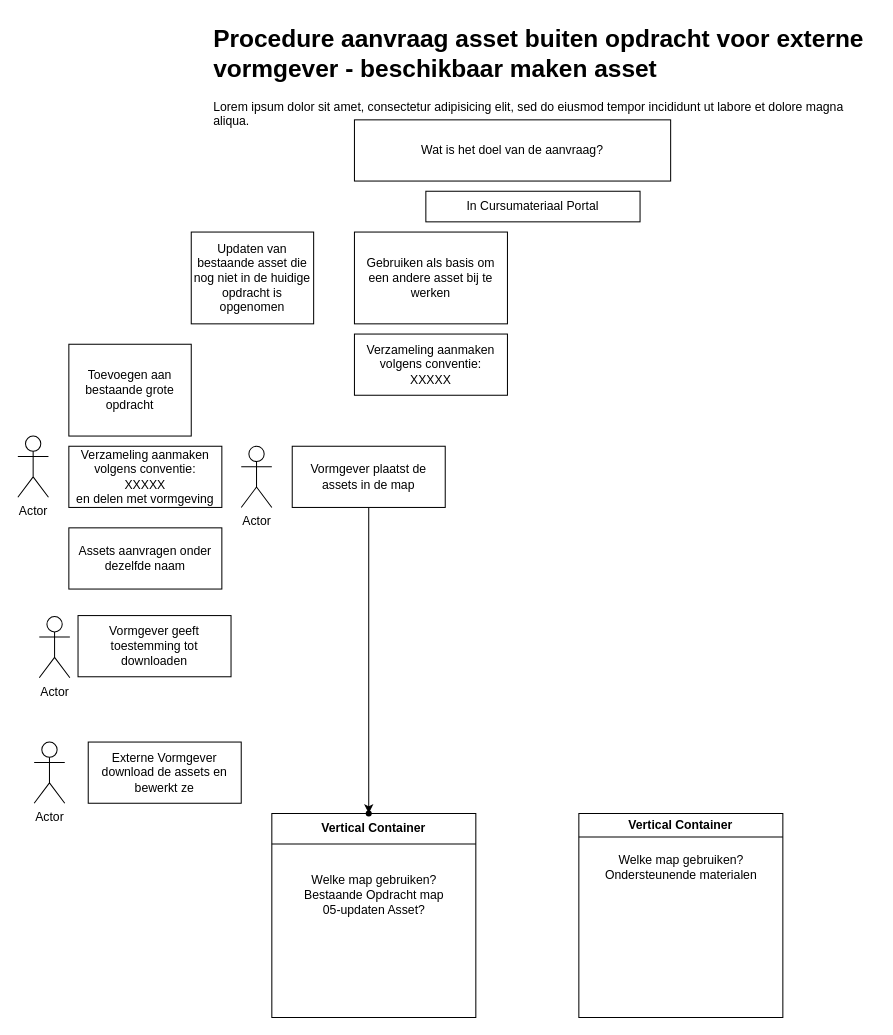
Before: page "Pagina-2" (2 of 2) of ProcessenAssets.drawio in MediaROVC/Berekening_Ohm, a draw.io diagram. Source tidied: cells renumbered, new cells numbered last; positions are measured from the earlier drawing's top-left corner, leaving out a move shared by most shapes. Both pictures are drawn from the tidied source at 102%, with x=0, y=0 at pixel (17, 17).
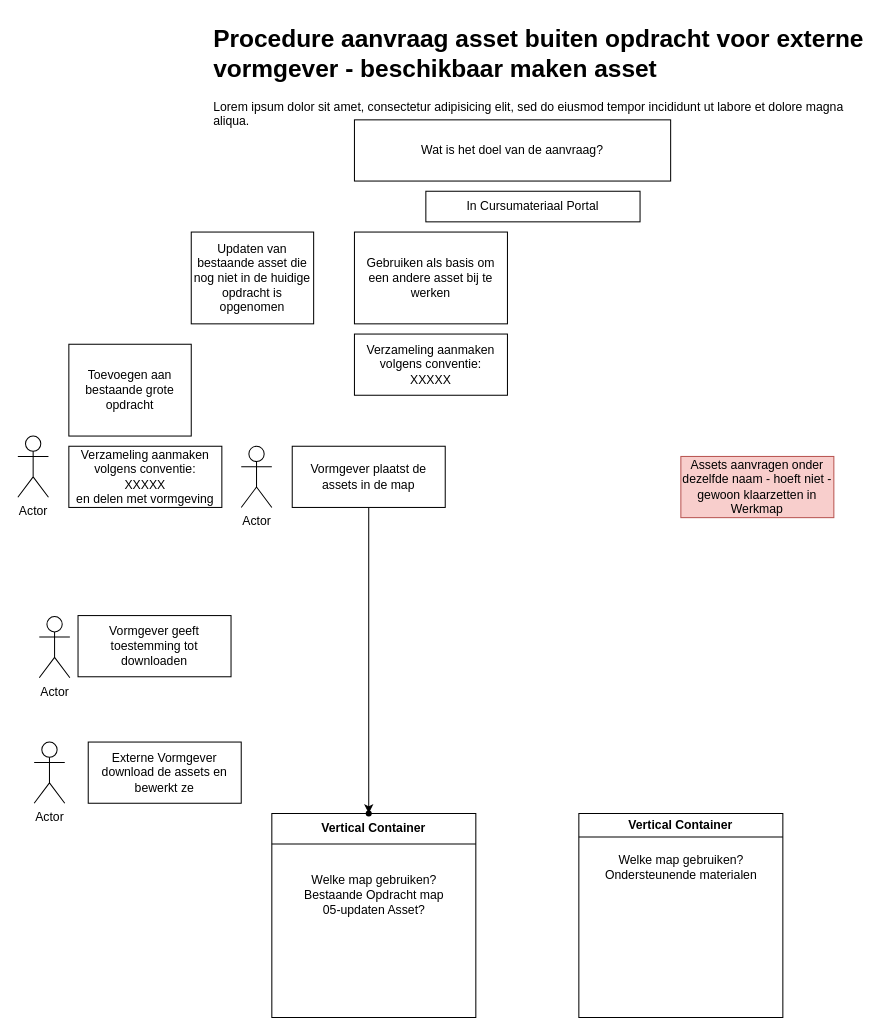
Above is the later version.

Diff of the diagram source:
```diff
@@
-    <mxCell id="15" value="Assets aanvragen onder dezelfde naam" style="rounded=0;whiteSpace=wrap;html=1;" parent="1" vertex="1">
-      <mxGeometry x="50" y="500" width="150" height="60" as="geometry" />
+    <mxCell id="15" value="Assets aanvragen onder dezelfde naam - hoeft niet - gewoon klaarzetten in Werkmap" style="rounded=0;whiteSpace=wrap;html=1;fillColor=#f8cecc;strokeColor=#b85450;" parent="1" vertex="1">
+      <mxGeometry x="650" y="430" width="150" height="60" as="geometry" />
     </mxCell>
```
